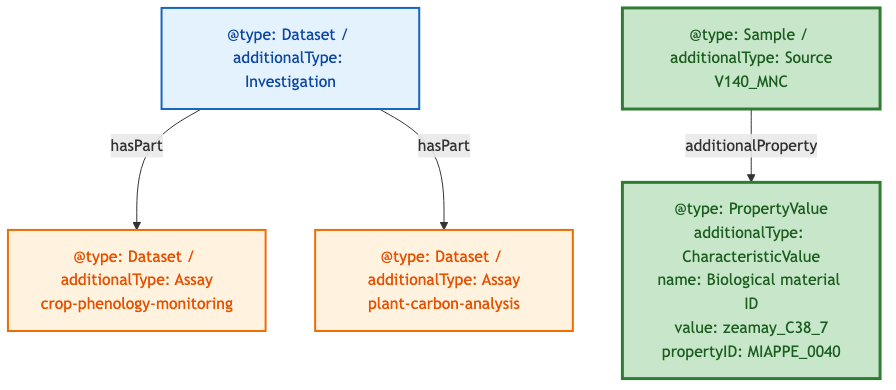
This is docs/slides/diagrams/slide4-muenchenberg.png from jorgitogb/fairweaver, a Mermaid export, as it was before one commit. Its source is kept beside it as docs/slides/diagrams/slide4-muenchenberg.mmd.
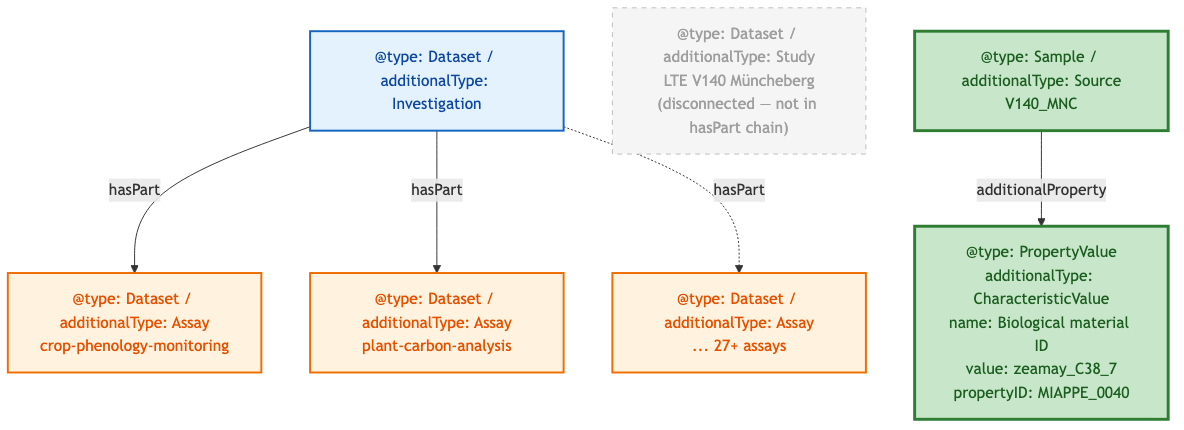
The same diagram one commit later.

Change to the diagram source:
```diff
@@ -2,16 +2,22 @@
     I["@type: Dataset / additionalType: Investigation"]
     A1["@type: Dataset / additionalType: Assay<br/>crop-phenology-monitoring"]
     A2["@type: Dataset / additionalType: Assay<br/>plant-carbon-analysis"]
+    AX["@type: Dataset / additionalType: Assay<br/>... 27+ assays"]
     I -->|"hasPart"| A1
     I -->|"hasPart"| A2
+    I -.->|"hasPart"| AX
 
-    S["@type: Sample / additionalType: Source<br/>V140_MNC"]
-    S -->|"additionalProperty"| CV["@type: PropertyValue<br/>additionalType: CharacteristicValue<br/>name: Biological material ID<br/>value: zeamay_C38_7<br/>propertyID: MIAPPE_0040"]
+    S["@type: Dataset / additionalType: Study<br/>LTE V140 Müncheberg<br/>(disconnected — not in hasPart chain)"]
+
+    SR["@type: Sample / additionalType: Source<br/>V140_MNC"]
+    SR -->|"additionalProperty"| CV["@type: PropertyValue<br/>additionalType: CharacteristicValue<br/>name: Biological material ID<br/>value: zeamay_C38_7<br/>propertyID: MIAPPE_0040"]
 
     classDef isa fill:#e3f2fd,stroke:#1565c0,stroke-width:2px,color:#0d47a1
     classDef flat fill:#fff3e0,stroke:#ef6c00,stroke-width:2px,color:#e65100
     classDef crop fill:#c8e6c9,stroke:#2e7d32,stroke-width:3px,color:#1b5e20
+    classDef disconnected fill:#f5f5f5,stroke:#bdbdbd,color:#9e9e9e,stroke-dasharray: 5 5
 
     class I isa
-    class A1,A2 flat
-    class S,CV crop
+    class A1,A2,AX flat
+    class S disconnected
+    class SR,CV crop
```
